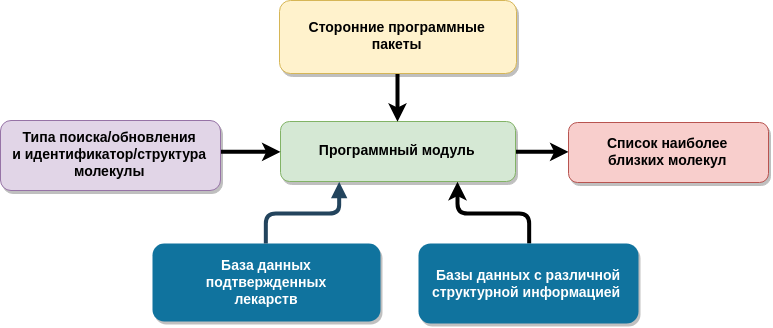
Before: Latex_diplom/Drawio/3.png, a diagram exported from draw.io (antmaxi/BSc_thesis). Source tidied: cells renumbered, new cells last; positions are measured from the earlier drawing's top-left corner, leaving out a move shared by most shapes.
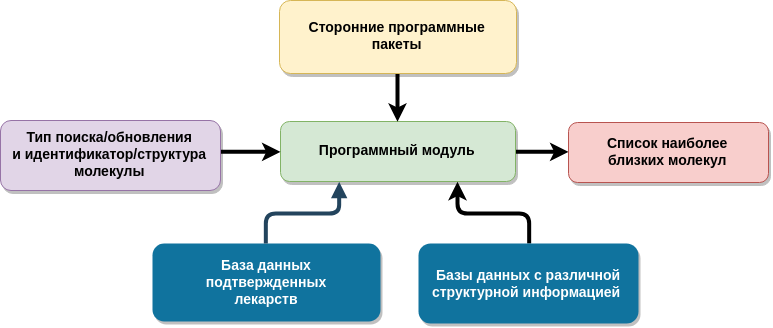
The same diagram one commit later.

The edit, as a diff of the source:
```diff
@@ -16,7 +16,7 @@
     <mxCell id="5" style="edgeStyle=elbowEdgeStyle;rounded=1;jettySize=auto;elbow=vertical;html=1;strokeWidth=4;" parent="1" edge="1" source="6" target="4">
       <mxGeometry relative="1" as="geometry" />
     </mxCell>
-    <mxCell id="6" value="&#10;Типа поиска/обновления&#10;и идентификатор/структура&#10;молекулы&#10;" style="rounded=1;fillColor=#e1d5e7;strokeColor=#9673a6;shadow=1;fontStyle=1;fontSize=14;" parent="1" vertex="1">
+    <mxCell id="6" value="&#10;Тип поиска/обновления&#10;и идентификатор/структура&#10;молекулы&#10;" style="rounded=1;fillColor=#e1d5e7;strokeColor=#9673a6;shadow=1;fontStyle=1;fontSize=14;" parent="1" vertex="1">
       <mxGeometry y="120" width="220" height="70" as="geometry" />
     </mxCell>
     <mxCell id="7" style="edgeStyle=elbowEdgeStyle;elbow=vertical;strokeWidth=4;endArrow=block;endFill=1;fontStyle=1;strokeColor=#23445D;entryX=0.25;entryY=1;entryDx=0;entryDy=0;exitX=0.5;exitY=0;exitDx=0;exitDy=0;" parent="1" edge="1" source="2" target="4">
```
